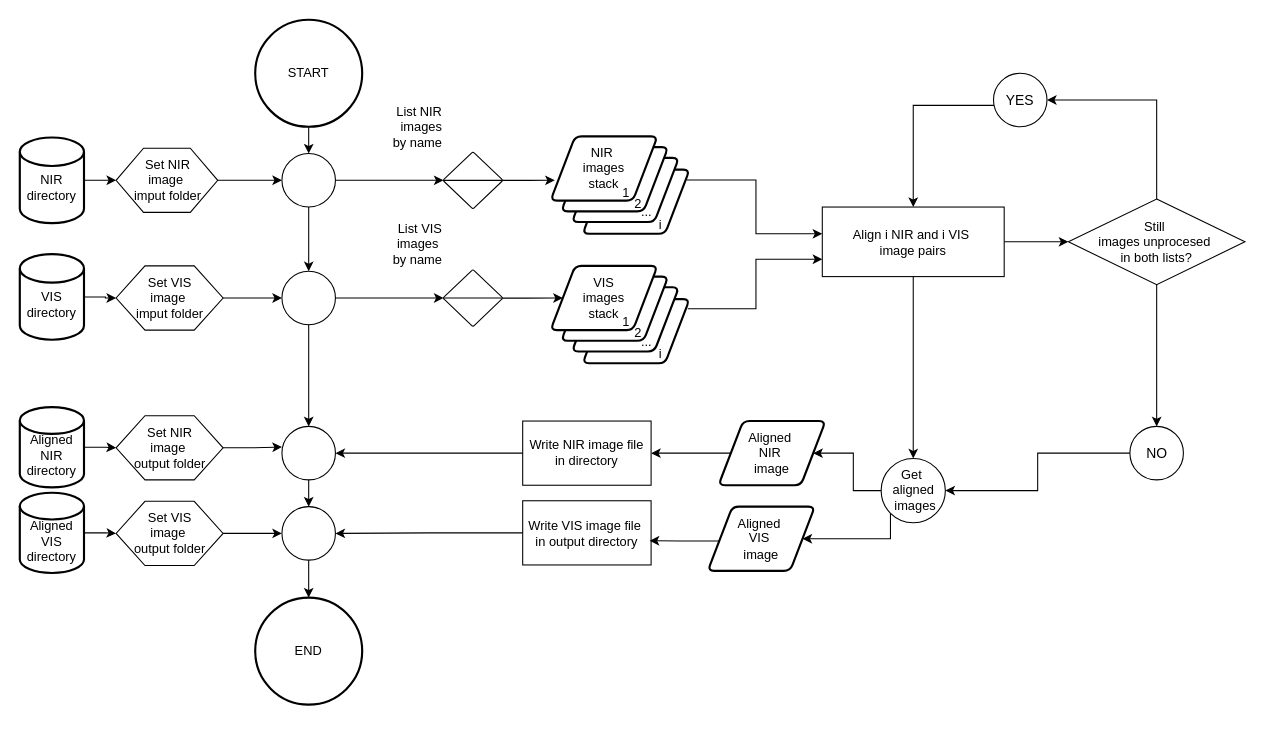
Before: vignettes/vignette_ImageJ_preprocessing/Alignment_Process_macro_diagram.drawio in MMolBus/PhotomossR, a draw.io diagram. Source tidied: cells renumbered, new cells numbered last; positions are measured from the earlier drawing's top-left corner, leaving out a move shared by most shapes. Both pictures are drawn from the tidied source at 107%, with x=0, y=0 at pixel (19, 19).
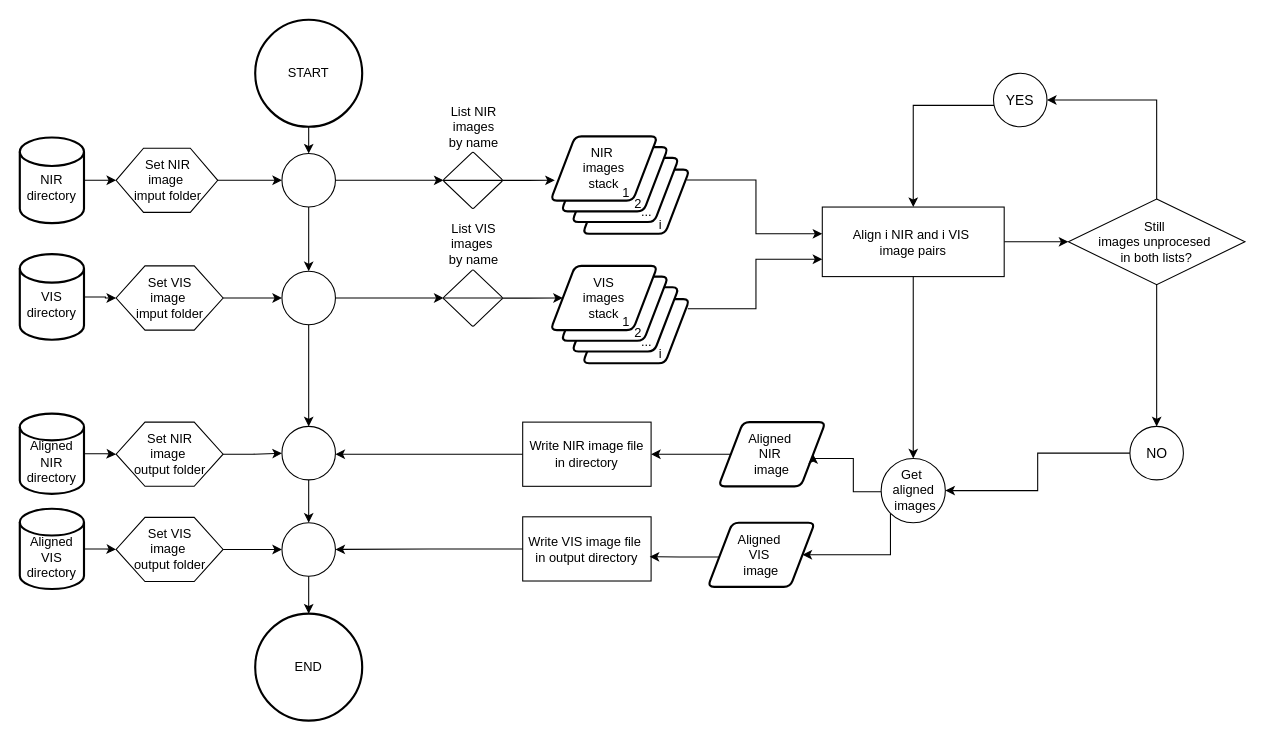
After the change.

Commit message:
chore: Update Alignment_Process_macro_diagram.drawio minor changes in text captions

The change refers to these unchanged cells:
```xml
<mxCell id="14" style="verticalLabelPosition=bottom;verticalAlign=top;html=1;shape=mxgraph.flowchart.on-page_reference;" parent="1" vertex="1">
  <mxGeometry x="245" y="380" width="50" height="50" as="geometry" />
</mxCell>
<mxCell id="47" value="Get&amp;nbsp;&lt;div&gt;aligned&lt;/div&gt;&lt;div&gt;&amp;nbsp;images&lt;/div&gt;" style="verticalLabelPosition=middle;verticalAlign=middle;html=1;shape=mxgraph.flowchart.on-page_reference;labelPosition=center;align=center;" parent="1" vertex="1">
  <mxGeometry x="805" y="410" width="60" height="60" as="geometry" />
</mxCell>
```

What changed in the source:
```diff
@@
     <mxCell id="9" value="Set NIR&lt;div&gt;image&amp;nbsp;&lt;/div&gt;&lt;div&gt;output folder&lt;/div&gt;" style="verticalLabelPosition=middle;verticalAlign=middle;html=1;shape=hexagon;perimeter=hexagonPerimeter2;arcSize=6;size=0.27;labelPosition=center;align=center;" parent="1" vertex="1">
-      <mxGeometry x="90" y="370" width="100" height="60" as="geometry" />
+      <mxGeometry x="90" y="376" width="100" height="60" as="geometry" />
     </mxCell>
@@
     <mxCell id="11" value="Set VIS&lt;div&gt;image&amp;nbsp;&lt;/div&gt;&lt;div&gt;output folder&lt;/div&gt;" style="verticalLabelPosition=middle;verticalAlign=middle;html=1;shape=hexagon;perimeter=hexagonPerimeter2;arcSize=6;size=0.27;labelPosition=center;align=center;" parent="1" vertex="1">
-      <mxGeometry x="90" y="450" width="100" height="60" as="geometry" />
+      <mxGeometry x="90" y="465" width="100" height="60" as="geometry" />
     </mxCell>
@@
     <mxCell id="15" style="verticalLabelPosition=bottom;verticalAlign=top;html=1;shape=mxgraph.flowchart.on-page_reference;" parent="1" vertex="1">
-      <mxGeometry x="245" y="455" width="50" height="50" as="geometry" />
+      <mxGeometry x="245" y="470" width="50" height="50" as="geometry" />
     </mxCell>
@@
-    <mxCell id="22" style="edgeStyle=orthogonalEdgeStyle;rounded=0;jettySize=auto;html=1;entryX=0;entryY=0.385;entryDx=0;entryDy=0;entryPerimeter=0;" parent="1" edge="1" source="9" target="14">
-      <mxGeometry relative="1" as="geometry" />
+    <mxCell id="22" style="edgeStyle=orthogonalEdgeStyle;rounded=0;jettySize=auto;html=1;entryX=0;entryY=0.385;entryDx=0;entryDy=0;entryPerimeter=0;" parent="1" edge="1" source="9">
+      <mxGeometry relative="1" as="geometry">
+        <mxPoint x="245" y="405.2" as="targetPoint" />
+      </mxGeometry>
     </mxCell>
@@
-    <mxCell id="24" value="&lt;span style=&quot;background-color: rgb(255, 255, 255);&quot;&gt;List NIR&lt;/span&gt;&lt;div&gt;&lt;span style=&quot;background-color: transparent; color: light-dark(rgb(0, 0, 0), rgb(255, 255, 255));&quot;&gt;images&lt;/span&gt;&lt;/div&gt;&lt;div&gt;&lt;span style=&quot;background-color: transparent; color: light-dark(rgb(0, 0, 0), rgb(255, 255, 255));&quot;&gt;by name&lt;/span&gt;&lt;/div&gt;" style="verticalLabelPosition=top;verticalAlign=bottom;html=1;shape=mxgraph.flowchart.sort;labelPosition=left;align=right;horizontal=1;fontSize=12;" parent="1" vertex="1">
+    <mxCell id="24" value="&lt;span style=&quot;background-color: rgb(255, 255, 255);&quot;&gt;List NIR&lt;/span&gt;&lt;div&gt;&lt;span style=&quot;background-color: transparent; color: light-dark(rgb(0, 0, 0), rgb(255, 255, 255));&quot;&gt;images&lt;/span&gt;&lt;/div&gt;&lt;div&gt;&lt;span style=&quot;background-color: transparent; color: light-dark(rgb(0, 0, 0), rgb(255, 255, 255));&quot;&gt;by name&lt;/span&gt;&lt;/div&gt;" style="verticalLabelPosition=top;verticalAlign=bottom;html=1;shape=mxgraph.flowchart.sort;labelPosition=center;align=center;horizontal=1;fontSize=12;" parent="1" vertex="1">
       <mxGeometry x="396" y="123.8" width="55" height="52.5" as="geometry" />
     </mxCell>
@@
-    <mxCell id="26" value="List VIS&lt;div&gt;images&amp;nbsp;&lt;/div&gt;&lt;div&gt;by name&lt;/div&gt;" style="verticalLabelPosition=top;verticalAlign=bottom;html=1;shape=mxgraph.flowchart.sort;labelPosition=left;align=right;horizontal=1;fontSize=12;" parent="1" vertex="1">
+    <mxCell id="26" value="List VIS&lt;div&gt;images&amp;nbsp;&lt;/div&gt;&lt;div&gt;by name&lt;/div&gt;" style="verticalLabelPosition=top;verticalAlign=bottom;html=1;shape=mxgraph.flowchart.sort;labelPosition=center;align=center;horizontal=1;fontSize=12;" parent="1" vertex="1">
       <mxGeometry x="396" y="233.8" width="55" height="52.5" as="geometry" />
     </mxCell>
@@
     <mxCell id="38" value="Aligned&amp;nbsp;&lt;div&gt;NIR&amp;nbsp;&lt;div&gt;image&lt;/div&gt;&lt;/div&gt;" style="shape=parallelogram;html=1;strokeWidth=2;perimeter=parallelogramPerimeter;whiteSpace=wrap;rounded=1;arcSize=12;size=0.23;" parent="1" vertex="1">
-      <mxGeometry x="653" y="375" width="100" height="60" as="geometry" />
+      <mxGeometry x="653" y="376" width="100" height="60" as="geometry" />
     </mxCell>
     <mxCell id="39" value="Aligned&amp;nbsp;&lt;div&gt;VIS&amp;nbsp;&lt;div&gt;image&lt;/div&gt;&lt;/div&gt;" style="shape=parallelogram;html=1;strokeWidth=2;perimeter=parallelogramPerimeter;whiteSpace=wrap;rounded=1;arcSize=12;size=0.23;" parent="1" vertex="1">
-      <mxGeometry x="643" y="455" width="100" height="60" as="geometry" />
+      <mxGeometry x="643" y="470" width="100" height="60" as="geometry" />
     </mxCell>
@@
     <mxCell id="41" value="&lt;div&gt;&lt;br&gt;&lt;/div&gt;&lt;div&gt;Aligned&lt;/div&gt;&lt;div&gt;NIR&lt;/div&gt;&lt;div&gt;directory&lt;/div&gt;" style="strokeWidth=2;html=1;shape=mxgraph.flowchart.database;whiteSpace=wrap;" parent="1" vertex="1">
-      <mxGeometry y="362" width="60" height="75" as="geometry" />
+      <mxGeometry y="368" width="60" height="75" as="geometry" />
     </mxCell>
@@
     <mxCell id="43" value="&lt;div&gt;&lt;br&gt;&lt;/div&gt;Aligned&lt;div&gt;VIS&lt;div&gt;directory&lt;/div&gt;&lt;/div&gt;" style="strokeWidth=2;html=1;shape=mxgraph.flowchart.database;whiteSpace=wrap;" parent="1" vertex="1">
-      <mxGeometry y="442" width="60" height="75" as="geometry" />
+      <mxGeometry y="457" width="60" height="75" as="geometry" />
     </mxCell>
@@
-    <mxCell id="45" style="edgeStyle=orthogonalEdgeStyle;rounded=0;jettySize=auto;html=1;entryX=1;entryY=0.5;entryDx=0;entryDy=0;" parent="1" edge="1" source="47" target="38">
-      <mxGeometry relative="1" as="geometry" />
+    <mxCell id="45" style="edgeStyle=orthogonalEdgeStyle;rounded=0;jettySize=auto;html=1;entryX=1;entryY=0.5;entryDx=0;entryDy=0;" parent="1" edge="1" target="38">
+      <mxGeometry relative="1" as="geometry">
+        <mxPoint x="805" y="441" as="sourcePoint" />
+        <Array as="points">
+          <mxPoint x="779" y="441" />
+          <mxPoint x="779" y="410" />
+          <mxPoint x="742" y="410" />
+        </Array>
+      </mxGeometry>
     </mxCell>
     <mxCell id="46" style="edgeStyle=orthogonalEdgeStyle;rounded=0;jettySize=auto;html=1;exitX=0.145;exitY=0.855;exitDx=0;exitDy=0;exitPerimeter=0;entryX=1;entryY=0.5;entryDx=0;entryDy=0;" parent="1" edge="1" source="47" target="39">
       <mxGeometry relative="1" as="geometry">
         <Array as="points">
-          <mxPoint x="814" y="485" />
+          <mxPoint x="814" y="500" />
         </Array>
       </mxGeometry>
     </mxCell>
@@
     <mxCell id="72" value="Write NIR image file in directory" style="whiteSpace=wrap;html=1;" parent="1" vertex="1">
-      <mxGeometry x="470" y="375" width="120" height="60" as="geometry" />
+      <mxGeometry x="470" y="376" width="120" height="60" as="geometry" />
     </mxCell>
     <mxCell id="73" value="Write VIS image file&amp;nbsp;&lt;div&gt;in output directory&lt;/div&gt;" style="whiteSpace=wrap;html=1;" parent="1" vertex="1">
-      <mxGeometry x="470" y="449.5" width="120" height="60" as="geometry" />
+      <mxGeometry x="470" y="464.5" width="120" height="60" as="geometry" />
     </mxCell>
@@
-    <mxCell id="75" style="edgeStyle=orthogonalEdgeStyle;rounded=0;jettySize=auto;html=1;entryX=1;entryY=0.5;entryDx=0;entryDy=0;entryPerimeter=0;" parent="1" edge="1" source="72" target="14">
-      <mxGeometry relative="1" as="geometry" />
+    <mxCell id="75" style="edgeStyle=orthogonalEdgeStyle;rounded=0;jettySize=auto;html=1;entryX=1;entryY=0.5;entryDx=0;entryDy=0;entryPerimeter=0;" parent="1" edge="1" source="72">
+      <mxGeometry relative="1" as="geometry">
+        <mxPoint x="295" y="406" as="targetPoint" />
+      </mxGeometry>
     </mxCell>
@@
     <mxCell id="77" value="END" style="strokeWidth=2;html=1;shape=mxgraph.flowchart.start_2;whiteSpace=wrap;" parent="1" vertex="1">
-      <mxGeometry x="220" y="540" width="100" height="100" as="geometry" />
+      <mxGeometry x="220" y="555" width="100" height="100" as="geometry" />
     </mxCell>
```
